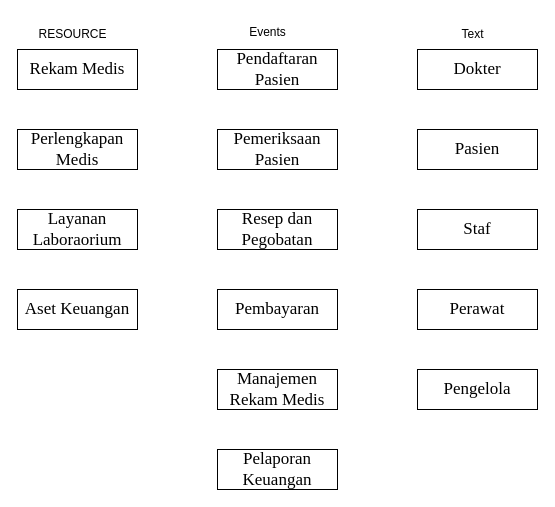
Earlier version of the draw.io diagram gambar/Diagram Tanpa Judul.drawio (leonswww/diagram). Source tidied: cells renumbered, new cells numbered last; positions are measured from the earlier drawing's top-left corner, leaving out a move shared by most shapes. Both pictures are drawn from the tidied source at 100%, with x=0, y=0 at pixel (17, 17).
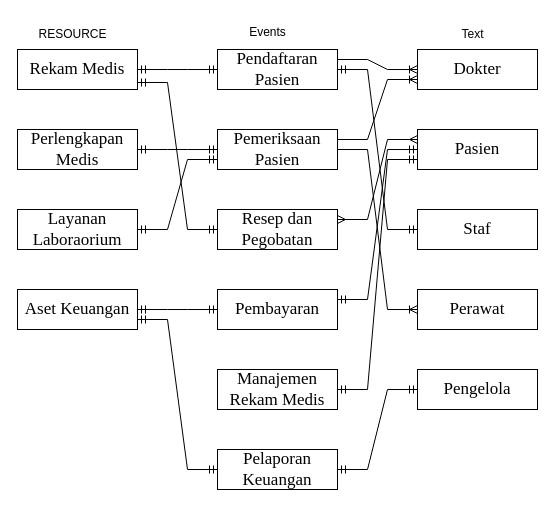
The same diagram, later.

The change refers to these unchanged cells:
```xml
<mxCell id="2" value="&lt;font style=&quot;font-size: 17px;&quot;&gt;Rekam Medis&lt;br&gt;&lt;/font&gt;" style="rounded=0;whiteSpace=wrap;html=1;fontFamily=Garamond;" parent="1" vertex="1">
  <mxGeometry y="32" width="120" height="40" as="geometry" />
</mxCell>
<mxCell id="4" value="&lt;font style=&quot;font-size: 17px;&quot;&gt;Perlengkapan Medis&lt;br&gt;&lt;/font&gt;" style="rounded=0;whiteSpace=wrap;html=1;fontFamily=Garamond;" parent="1" vertex="1">
  <mxGeometry y="112" width="120" height="40" as="geometry" />
</mxCell>
<mxCell id="6" value="&lt;font style=&quot;font-size: 17px;&quot;&gt;Aset Keuangan&lt;br&gt;&lt;/font&gt;" style="rounded=0;whiteSpace=wrap;html=1;fontFamily=Garamond;" parent="1" vertex="1">
  <mxGeometry y="272" width="120" height="40" as="geometry" />
</mxCell>
<mxCell id="8" value="&lt;font style=&quot;font-size: 17px;&quot;&gt;Pendaftaran Pasien&lt;/font&gt;" style="rounded=0;whiteSpace=wrap;html=1;fontFamily=Garamond;" parent="1" vertex="1">
  <mxGeometry x="200" y="32" width="120" height="40" as="geometry" />
</mxCell>
<mxCell id="9" value="&lt;font style=&quot;font-size: 17px;&quot;&gt;Pemeriksaan Pasien&lt;/font&gt;" style="rounded=0;whiteSpace=wrap;html=1;fontFamily=Garamond;" parent="1" vertex="1">
  <mxGeometry x="200" y="112" width="120" height="40" as="geometry" />
</mxCell>
<mxCell id="10" value="&lt;font style=&quot;font-size: 17px;&quot;&gt;Resep dan Pegobatan&lt;/font&gt;" style="rounded=0;whiteSpace=wrap;html=1;fontFamily=Garamond;" parent="1" vertex="1">
  <mxGeometry x="200" y="192" width="120" height="40" as="geometry" />
</mxCell>
<mxCell id="11" value="&lt;font style=&quot;font-size: 17px;&quot;&gt;Pembayaran&lt;/font&gt;" style="rounded=0;whiteSpace=wrap;html=1;fontFamily=Garamond;" parent="1" vertex="1">
  <mxGeometry x="200" y="272" width="120" height="40" as="geometry" />
</mxCell>
<mxCell id="13" value="&lt;font style=&quot;font-size: 17px;&quot;&gt;Dokter &lt;br&gt;&lt;/font&gt;" style="rounded=0;whiteSpace=wrap;html=1;fontFamily=Garamond;" parent="1" vertex="1">
  <mxGeometry x="400" y="32" width="120" height="40" as="geometry" />
</mxCell>
<mxCell id="14" value="&lt;font style=&quot;font-size: 17px;&quot;&gt;Pasien&lt;/font&gt;" style="rounded=0;whiteSpace=wrap;html=1;fontFamily=Garamond;" parent="1" vertex="1">
  <mxGeometry x="400" y="112" width="120" height="40" as="geometry" />
</mxCell>
<mxCell id="15" value="&lt;font style=&quot;font-size: 17px;&quot;&gt;Pengelola&lt;/font&gt;" style="rounded=0;whiteSpace=wrap;html=1;fontFamily=Garamond;" parent="1" vertex="1">
  <mxGeometry x="400" y="352" width="120" height="40" as="geometry" />
</mxCell>
<mxCell id="16" value="&lt;font style=&quot;font-size: 17px;&quot;&gt;Perawat&lt;/font&gt;" style="rounded=0;whiteSpace=wrap;html=1;fontFamily=Garamond;" parent="1" vertex="1">
  <mxGeometry x="400" y="272" width="120" height="40" as="geometry" />
</mxCell>
<mxCell id="17" value="&lt;font style=&quot;font-size: 17px;&quot;&gt;Staf&lt;/font&gt;" style="rounded=0;whiteSpace=wrap;html=1;fontFamily=Garamond;" parent="1" vertex="1">
  <mxGeometry x="400" y="192" width="120" height="40" as="geometry" />
</mxCell>
<mxCell id="18" value="&lt;font style=&quot;font-size: 17px;&quot;&gt;Manajemen Rekam Medis&lt;br&gt;&lt;/font&gt;" style="rounded=0;whiteSpace=wrap;html=1;fontFamily=Garamond;" parent="1" vertex="1">
  <mxGeometry x="200" y="352" width="120" height="40" as="geometry" />
</mxCell>
<mxCell id="19" value="&lt;font style=&quot;font-size: 17px;&quot;&gt;Pelaporan Keuangan&lt;br&gt;&lt;/font&gt;" style="rounded=0;whiteSpace=wrap;html=1;fontFamily=Garamond;" parent="1" vertex="1">
  <mxGeometry x="200" y="432" width="120" height="40" as="geometry" />
</mxCell>
```

What changed in the source:
```diff
@@
+    <mxCell id="20" style="edgeStyle=entityRelationEdgeStyle;fontSize=12;html=1;endArrow=ERmandOne;startArrow=ERmandOne;rounded=0;entryX=0;entryY=0.5;entryDx=0;entryDy=0;exitX=1;exitY=0.5;exitDx=0;exitDy=0;" parent="1" edge="1" source="2" target="8">
+      <mxGeometry relative="1" as="geometry" />
+    </mxCell>
+    <mxCell id="21" style="edgeStyle=entityRelationEdgeStyle;fontSize=12;html=1;endArrow=ERmany;startArrow=ERmany;rounded=0;entryX=0;entryY=0.5;entryDx=0;entryDy=0;exitX=1;exitY=0.5;exitDx=0;exitDy=0;" parent="1" edge="1">
+      <mxGeometry relative="1" as="geometry">
+        <mxPoint x="320" y="202" as="sourcePoint" />
+        <mxPoint x="400" y="122" as="targetPoint" />
+      </mxGeometry>
+    </mxCell>
+    <mxCell id="22" style="edgeStyle=entityRelationEdgeStyle;fontSize=12;html=1;endArrow=ERmandOne;startArrow=ERmandOne;rounded=0;entryX=0;entryY=0.5;entryDx=0;entryDy=0;" parent="1" edge="1" target="17">
+      <mxGeometry relative="1" as="geometry">
+        <mxPoint x="320" y="52" as="sourcePoint" />
+        <Array as="points">
+          <mxPoint x="370" y="-128" />
+          <mxPoint x="370" y="-128" />
+        </Array>
+      </mxGeometry>
+    </mxCell>
+    <mxCell id="23" style="edgeStyle=entityRelationEdgeStyle;fontSize=12;html=1;endArrow=ERmandOne;startArrow=ERmandOne;rounded=0;exitX=1;exitY=0.25;exitDx=0;exitDy=0;entryX=0;entryY=0.75;entryDx=0;entryDy=0;" parent="1" edge="1" source="11">
+      <mxGeometry relative="1" as="geometry">
+        <mxPoint x="400" y="132" as="targetPoint" />
+        <Array as="points">
+          <mxPoint x="390" y="127" />
+          <mxPoint x="400" y="127" />
+        </Array>
+      </mxGeometry>
+    </mxCell>
+    <mxCell id="24" style="edgeStyle=entityRelationEdgeStyle;fontSize=12;html=1;endArrow=ERmandOne;startArrow=ERmandOne;rounded=0;exitX=1;exitY=0.5;exitDx=0;exitDy=0;entryX=0;entryY=0.75;entryDx=0;entryDy=0;" parent="1" edge="1" source="18" target="14">
+      <mxGeometry relative="1" as="geometry">
+        <Array as="points">
+          <mxPoint x="390" y="152" />
+        </Array>
+      </mxGeometry>
+    </mxCell>
+    <mxCell id="25" style="edgeStyle=entityRelationEdgeStyle;fontSize=12;html=1;endArrow=ERoneToMany;rounded=0;entryX=0;entryY=0.5;entryDx=0;entryDy=0;exitX=1;exitY=0.5;exitDx=0;exitDy=0;" parent="1" edge="1" source="9" target="16">
+      <mxGeometry relative="1" as="geometry" />
+    </mxCell>
+    <mxCell id="26" style="edgeStyle=entityRelationEdgeStyle;fontSize=12;html=1;endArrow=ERmandOne;startArrow=ERmandOne;rounded=0;exitX=1;exitY=0.5;exitDx=0;exitDy=0;entryX=0;entryY=0.5;entryDx=0;entryDy=0;" parent="1" edge="1" source="19" target="15">
+      <mxGeometry relative="1" as="geometry" />
+    </mxCell>
+    <mxCell id="27" style="edgeStyle=entityRelationEdgeStyle;fontSize=12;html=1;endArrow=ERmandOne;startArrow=ERmandOne;rounded=0;exitX=1;exitY=0.5;exitDx=0;exitDy=0;entryX=0;entryY=0.5;entryDx=0;entryDy=0;" parent="1" edge="1" source="4" target="9">
+      <mxGeometry relative="1" as="geometry" />
+    </mxCell>
+    <mxCell id="28" style="edgeStyle=entityRelationEdgeStyle;fontSize=12;html=1;endArrow=ERmandOne;startArrow=ERmandOne;rounded=0;entryX=0;entryY=0.75;entryDx=0;entryDy=0;" parent="1" edge="1" target="9">
+      <mxGeometry relative="1" as="geometry">
+        <mxPoint x="120" y="212" as="sourcePoint" />
+      </mxGeometry>
+    </mxCell>
+    <mxCell id="29" style="edgeStyle=entityRelationEdgeStyle;fontSize=12;html=1;endArrow=ERmandOne;startArrow=ERmandOne;rounded=0;exitX=1;exitY=0.75;exitDx=0;exitDy=0;entryX=0;entryY=0.5;entryDx=0;entryDy=0;" parent="1" edge="1" source="6" target="19">
+      <mxGeometry relative="1" as="geometry" />
+    </mxCell>
+    <mxCell id="30" style="edgeStyle=entityRelationEdgeStyle;fontSize=12;html=1;endArrow=ERmandOne;startArrow=ERmandOne;rounded=0;exitX=1;exitY=0.5;exitDx=0;exitDy=0;entryX=0;entryY=0.5;entryDx=0;entryDy=0;" parent="1" edge="1" source="6" target="11">
+      <mxGeometry relative="1" as="geometry" />
+    </mxCell>
+    <mxCell id="31" style="edgeStyle=entityRelationEdgeStyle;fontSize=12;html=1;endArrow=ERmandOne;startArrow=ERmandOne;rounded=0;entryX=0;entryY=0.5;entryDx=0;entryDy=0;" parent="1" edge="1" target="10">
+      <mxGeometry relative="1" as="geometry">
+        <mxPoint x="120" y="65" as="sourcePoint" />
+      </mxGeometry>
+    </mxCell>
+    <mxCell id="32" style="edgeStyle=entityRelationEdgeStyle;fontSize=12;html=1;endArrow=ERoneToMany;rounded=0;entryX=0;entryY=0.5;entryDx=0;entryDy=0;exitX=1;exitY=0.25;exitDx=0;exitDy=0;" parent="1" edge="1" source="8" target="13">
+      <mxGeometry relative="1" as="geometry" />
+    </mxCell>
+    <mxCell id="33" style="edgeStyle=entityRelationEdgeStyle;fontSize=12;html=1;endArrow=ERoneToMany;rounded=0;exitX=1;exitY=0.25;exitDx=0;exitDy=0;" parent="1" edge="1" source="9">
+      <mxGeometry relative="1" as="geometry">
+        <mxPoint x="400" y="62" as="targetPoint" />
+      </mxGeometry>
+    </mxCell>
```
